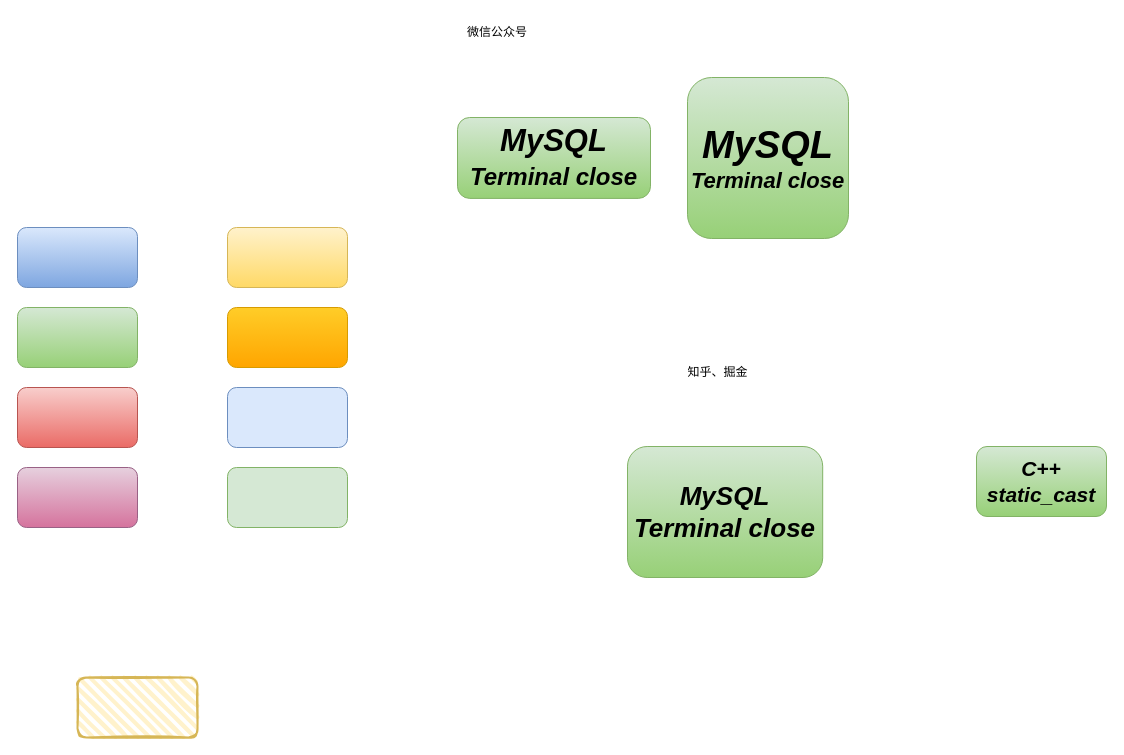
Above: page "第 1 页" (1 of 2) of 测试.drawio in wangxiaokun/mypic (draw.io), before the change. Source tidied: cells renumbered, new cells numbered last; positions are measured from the earlier drawing's top-left corner, leaving out a move shared by most shapes. Both pictures are drawn from the tidied source at 100%, with x=0, y=0 at pixel (17, 17).
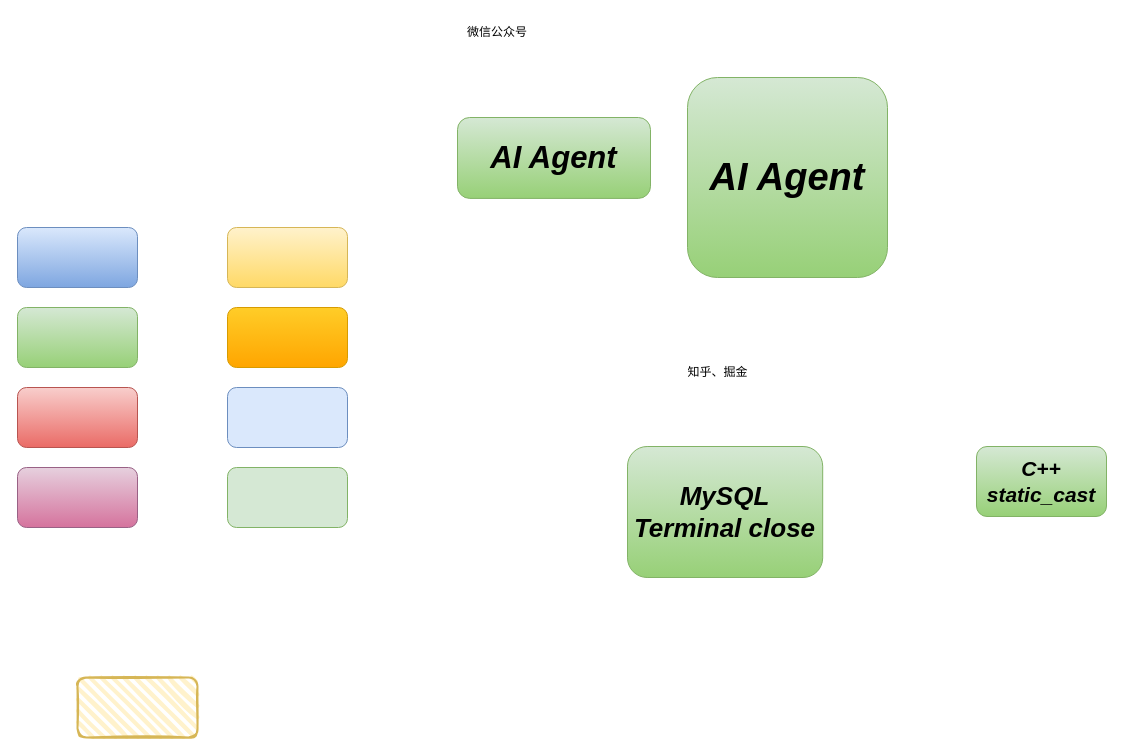
After the change.

The edit, as a diff of the source:
```diff
@@
 <mxGraphModel>
   <root>
     <mxCell id="0" />
     <mxCell id="1" parent="0" />
     <mxCell id="2" style="rounded=1;whiteSpace=wrap;html=1;fillColor=#dae8fc;gradientColor=#7ea6e0;strokeColor=#6c8ebf;" parent="1" vertex="1">
       <mxGeometry y="210" width="120" height="60" as="geometry" />
     </mxCell>
     <mxCell id="3" style="rounded=1;whiteSpace=wrap;html=1;fillColor=#fff2cc;gradientColor=#ffd966;strokeColor=#d6b656;" parent="1" vertex="1">
       <mxGeometry x="210" y="210" width="120" height="60" as="geometry" />
     </mxCell>
     <mxCell id="4" style="rounded=1;whiteSpace=wrap;html=1;fillColor=#d5e8d4;gradientColor=#97d077;strokeColor=#82b366;" parent="1" vertex="1">
       <mxGeometry y="290" width="120" height="60" as="geometry" />
     </mxCell>
     <mxCell id="5" style="rounded=1;whiteSpace=wrap;html=1;fillColor=#e6d0de;gradientColor=#d5739d;strokeColor=#996185;" parent="1" vertex="1">
       <mxGeometry y="450" width="120" height="60" as="geometry" />
     </mxCell>
     <mxCell id="6" style="rounded=1;whiteSpace=wrap;html=1;fillColor=#f8cecc;gradientColor=#ea6b66;strokeColor=#b85450;" parent="1" vertex="1">
       <mxGeometry y="370" width="120" height="60" as="geometry" />
     </mxCell>
     <mxCell id="7" style="rounded=1;whiteSpace=wrap;html=1;fillColor=#ffcd28;gradientColor=#ffa500;strokeColor=#d79b00;" parent="1" vertex="1">
       <mxGeometry x="210" y="290" width="120" height="60" as="geometry" />
     </mxCell>
     <mxCell id="8" style="rounded=1;whiteSpace=wrap;html=1;fillColor=#dae8fc;strokeColor=#6c8ebf;" parent="1" vertex="1">
       <mxGeometry x="210" y="370" width="120" height="60" as="geometry" />
     </mxCell>
     <mxCell id="9" style="rounded=1;whiteSpace=wrap;html=1;fillColor=#d5e8d4;strokeColor=#82b366;" parent="1" vertex="1">
       <mxGeometry x="210" y="450" width="120" height="60" as="geometry" />
     </mxCell>
     <mxCell id="10" style="rounded=1;whiteSpace=wrap;html=1;strokeWidth=2;fillWeight=4;hachureGap=8;hachureAngle=45;fillColor=#fff2cc;sketch=1;strokeColor=#d6b656;" parent="1" vertex="1">
       <mxGeometry x="60" y="660" width="120" height="60" as="geometry" />
     </mxCell>
-    <mxCell id="11" value="&lt;div&gt;&lt;font style=&quot;&quot;&gt;&lt;span style=&quot;font-size: 31px;&quot;&gt;MySQL&lt;/span&gt;&lt;br&gt;&lt;font style=&quot;font-size: 24px;&quot;&gt;Terminal close&lt;/font&gt;&lt;/font&gt;&lt;/div&gt;" style="rounded=1;whiteSpace=wrap;html=1;fillColor=#d5e8d4;gradientColor=#97d077;strokeColor=#82b366;fontStyle=3;fontSize=28;" parent="1" vertex="1">
+    <mxCell id="11" value="&lt;font style=&quot;&quot;&gt;&lt;span style=&quot;font-size: 31px;&quot;&gt;AI Agent&lt;/span&gt;&lt;br&gt;&lt;/font&gt;" style="rounded=1;whiteSpace=wrap;html=1;fillColor=#d5e8d4;gradientColor=#97d077;strokeColor=#82b366;fontStyle=3;fontSize=28;" parent="1" vertex="1">
       <mxGeometry x="440" y="100" width="193" height="80.9" as="geometry" />
     </mxCell>
-    <mxCell id="12" value="&lt;i&gt;&lt;b&gt;&lt;font style=&quot;font-size: 38px;&quot;&gt;MySQL&lt;/font&gt;&lt;/b&gt;&lt;/i&gt;&lt;div&gt;&lt;i&gt;&lt;b&gt;&lt;font style=&quot;font-size: 22px;&quot;&gt;Terminal close&lt;/font&gt;&lt;/b&gt;&lt;/i&gt;&lt;/div&gt;" style="rounded=1;whiteSpace=wrap;html=1;fillColor=#d5e8d4;gradientColor=#97d077;strokeColor=#82b366;" parent="1" vertex="1">
-      <mxGeometry x="670" y="60" width="161" height="161" as="geometry" />
+    <mxCell id="12" value="&lt;i&gt;&lt;b&gt;&lt;font style=&quot;font-size: 38px;&quot;&gt;AI Agent&lt;/font&gt;&lt;/b&gt;&lt;/i&gt;" style="rounded=1;whiteSpace=wrap;html=1;fillColor=#d5e8d4;gradientColor=#97d077;strokeColor=#82b366;" parent="1" vertex="1">
+      <mxGeometry x="670" y="60" width="200" height="200" as="geometry" />
     </mxCell>
     <mxCell id="13" value="MySQL&lt;br&gt;&lt;div&gt;Terminal close&lt;/div&gt;" style="rounded=1;whiteSpace=wrap;html=1;fillColor=#d5e8d4;gradientColor=#97d077;strokeColor=#82b366;fontStyle=3;fontSize=26;" parent="1" vertex="1">
       <mxGeometry x="610" y="429" width="195.2" height="131" as="geometry" />
     </mxCell>
     <mxCell id="14" value="微信公众号" style="text;html=1;whiteSpace=wrap;strokeColor=none;fillColor=none;align=center;verticalAlign=middle;rounded=0;" parent="1" vertex="1">
       <mxGeometry x="430" width="100" height="30" as="geometry" />
     </mxCell>
     <mxCell id="15" value="知乎、掘金" style="text;html=1;whiteSpace=wrap;strokeColor=none;fillColor=none;align=center;verticalAlign=middle;rounded=0;" parent="1" vertex="1">
       <mxGeometry x="650" y="340" width="101" height="30" as="geometry" />
     </mxCell>
     <mxCell id="16" value="C++&lt;br&gt;&lt;div&gt;static_cast&lt;/div&gt;" style="rounded=1;whiteSpace=wrap;html=1;fillColor=#d5e8d4;gradientColor=#97d077;strokeColor=#82b366;fontStyle=3;fontSize=21;" parent="1" vertex="1">
       <mxGeometry x="959" y="429" width="130" height="70" as="geometry" />
     </mxCell>
   </root>
 </mxGraphModel>
```
